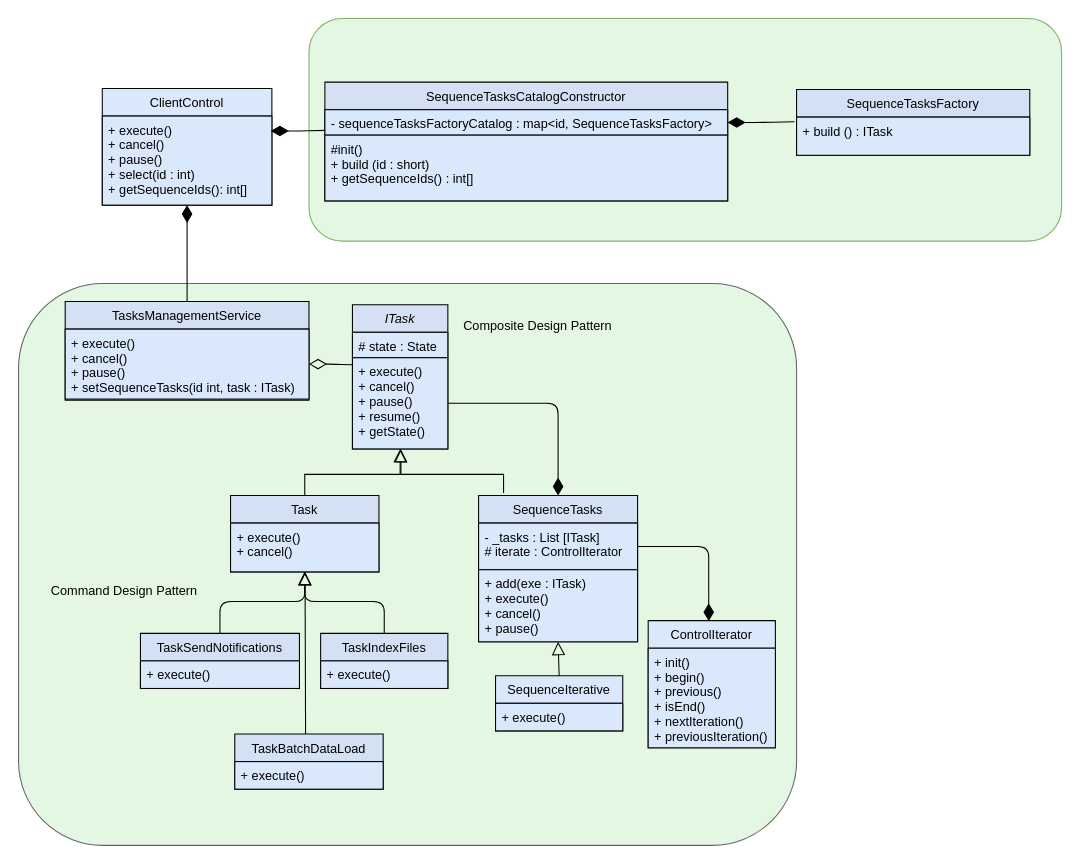
This is design/TaskManagementService.drawio from cguz/task-management-service, a draw.io file, before an edit. Source tidied: cells renumbered, new cells numbered last; positions are measured from the earlier drawing's top-left corner, leaving out a move shared by most shapes. Both pictures are drawn from the tidied source at 106%, with x=0, y=0 at pixel (18, 18).
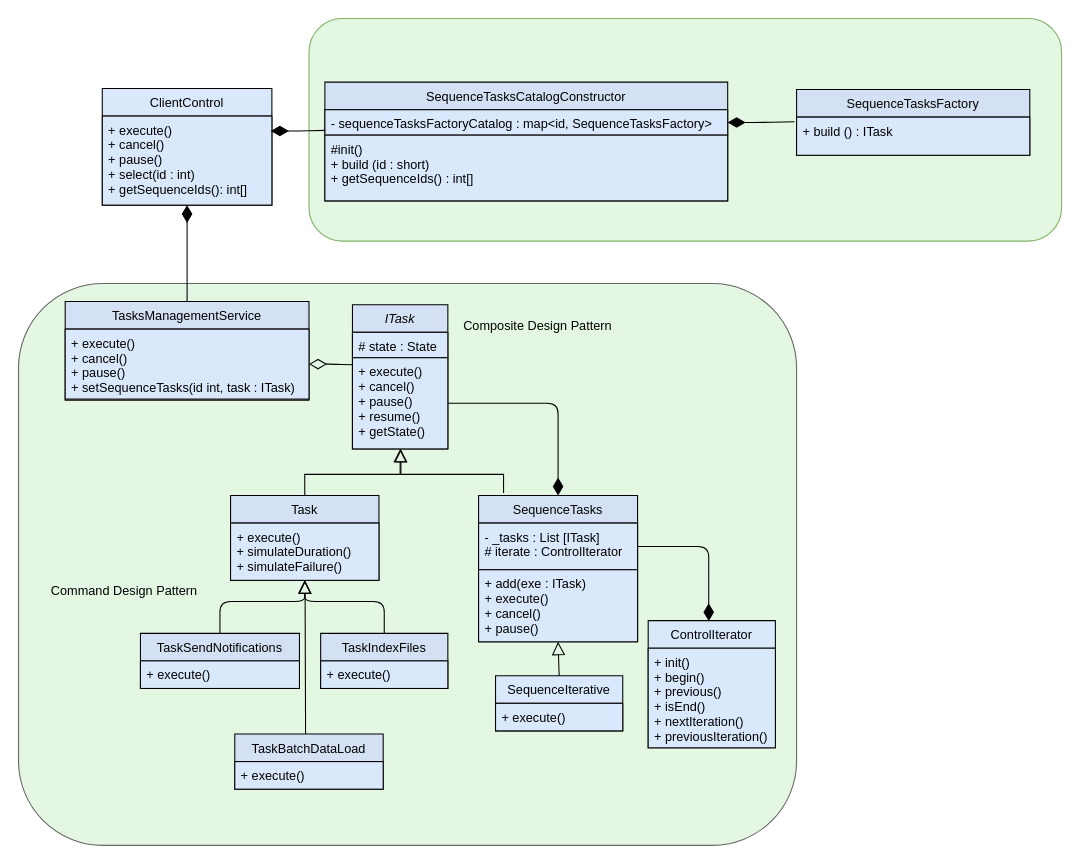
Above is the later version.

Diff of the diagram source:
```diff
@@
     <mxCell id="7" value="Task" style="swimlane;fontStyle=0;align=center;verticalAlign=top;horizontal=1;startSize=26;rounded=0;shadow=0;strokeWidth=1;fillColor=#D4E1F5;" parent="1" vertex="1">
-      <mxGeometry x="200" y="450" width="140" height="72" as="geometry" />
+      <mxGeometry x="200" y="450" width="140" height="80" as="geometry" />
     </mxCell>
-    <mxCell id="8" value="+ execute()&#10;+ cancel()" style="text;align=left;verticalAlign=top;spacingLeft=4;spacingRight=4;overflow=hidden;points=[[0,0.5],[1,0.5]];portConstraint=eastwest;fontStyle=0;fillColor=#dae8fc;strokeColor=#000000;" parent="7" vertex="1">
-      <mxGeometry y="26" width="140" height="46" as="geometry" />
+    <mxCell id="8" value="+ execute()&#10;+ simulateDuration()&#10;+ simulateFailure()" style="text;align=left;verticalAlign=top;spacingLeft=4;spacingRight=4;overflow=hidden;points=[[0,0.5],[1,0.5]];portConstraint=eastwest;fontStyle=0;fillColor=#dae8fc;strokeColor=#000000;" parent="7" vertex="1">
+      <mxGeometry y="26" width="140" height="54" as="geometry" />
     </mxCell>
```
